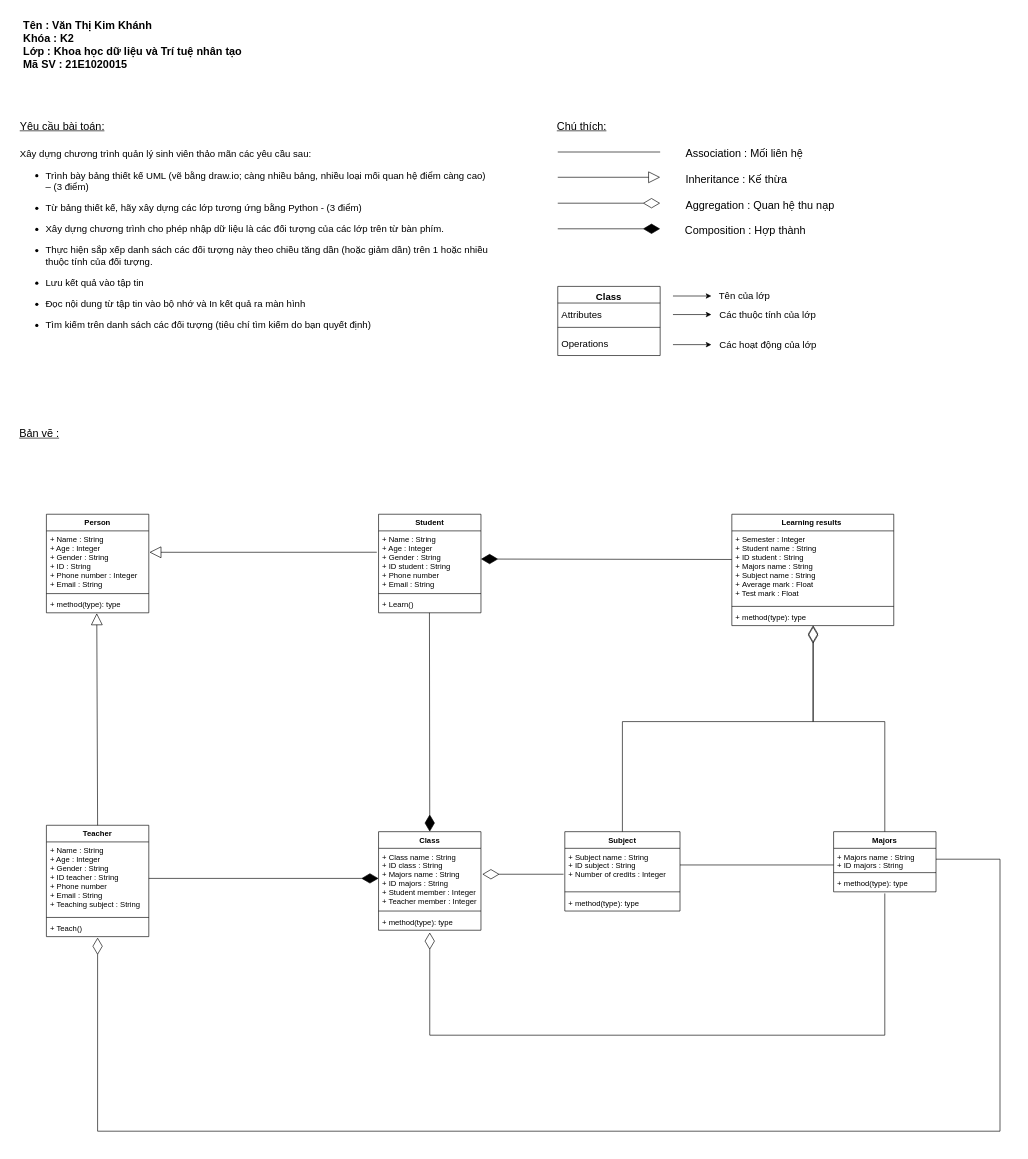
Before: Bản vẽ thiết kế UML đồ án Python.drawio in VanThiKimKhanh/Van_Thi_Kim_Khanh_K2_KHDLTTNT_NNLT_PYTHON, a draw.io diagram. Source tidied: cells renumbered, new cells numbered last; positions are measured from the earlier drawing's top-left corner, leaving out a move shared by most shapes. Both pictures are drawn from the tidied source at 64%, with x=0, y=0 at pixel (11, 11).
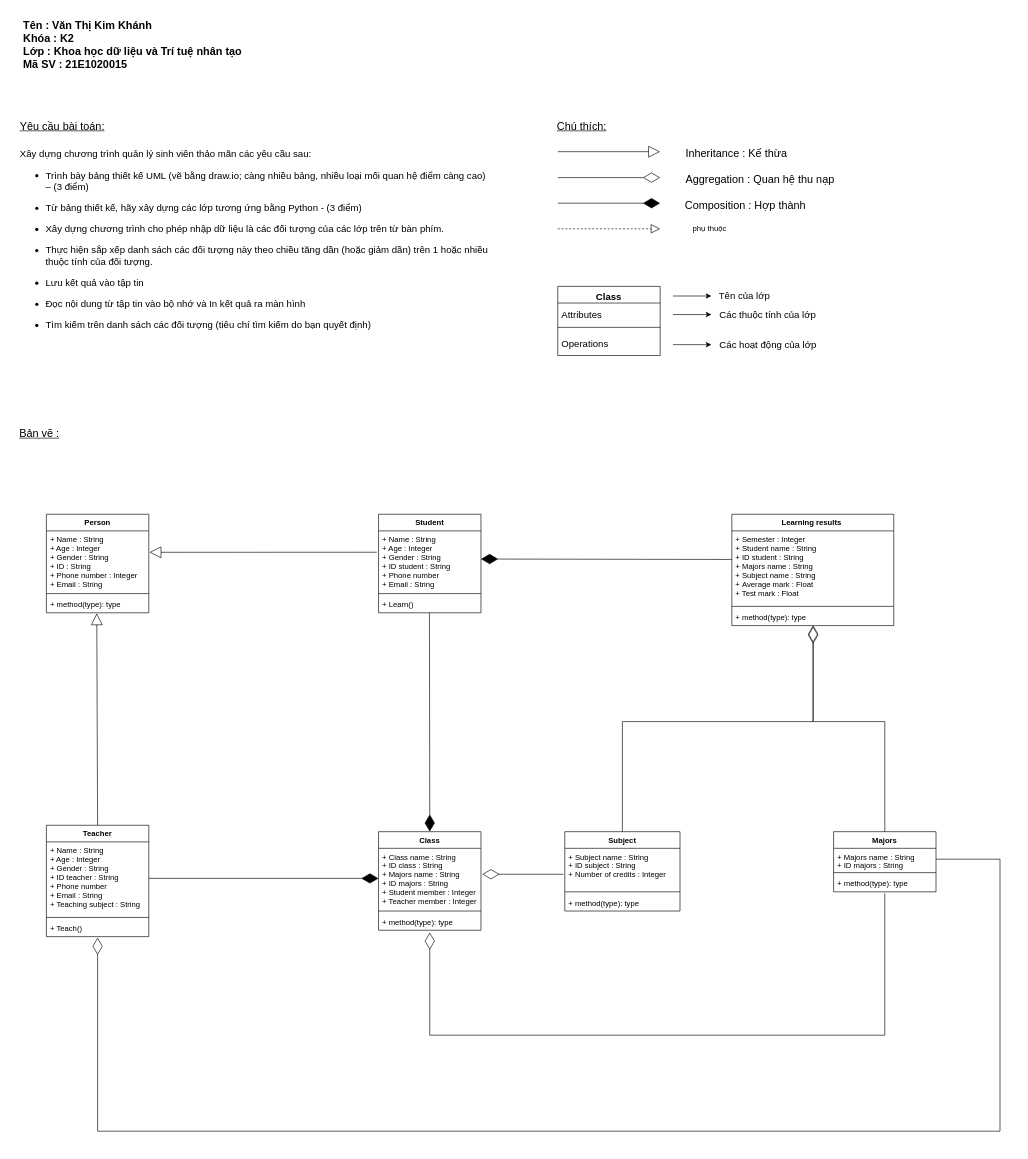
The same diagram, later.

What changed in the source:
```diff
@@
-    <mxCell id="6" style="line;strokeWidth=1;fillColor=none;align=left;verticalAlign=bottom;spacingTop=0;spacingLeft=3;spacingRight=3;labelPosition=right;fontSize=17;spacing=0;" parent="1" vertex="1">
-      <mxGeometry x="854" y="210" width="160" height="20" as="geometry" />
-    </mxCell>
-    <mxCell id="7" value="Association : Mối liên hệ" style="text;html=1;align=left;verticalAlign=bottom;strokeColor=none;fillColor=none;fontSize=17;spacing=0;" parent="1" vertex="1">
-      <mxGeometry x="1054" y="204" width="200" height="30" as="geometry" />
-    </mxCell>
     <mxCell id="8" style="endArrow=block;endSize=16;endFill=0;html=1;rounded=0;fontSize=17;" parent="1" edge="1">
       <mxGeometry x="1" y="90" relative="1" as="geometry">
-        <mxPoint x="854" y="259.5" as="sourcePoint" />
-        <mxPoint x="1014" y="259.5" as="targetPoint" />
+        <mxPoint x="854" y="219.5" as="sourcePoint" />
+        <mxPoint x="1014" y="219.5" as="targetPoint" />
         <mxPoint x="90" y="90" as="offset" />
       </mxGeometry>
     </mxCell>
     <mxCell id="9" value="Inheritance : Kế thừa" style="text;html=1;align=left;verticalAlign=bottom;strokeColor=none;fillColor=none;fontSize=17;spacing=0;spacingRight=0;spacingLeft=0;" parent="1" vertex="1">
-      <mxGeometry x="1054" y="244" width="170" height="30" as="geometry" />
+      <mxGeometry x="1054" y="204" width="170" height="30" as="geometry" />
     </mxCell>
     <mxCell id="10" style="endArrow=diamondThin;endFill=0;endSize=24;html=1;rounded=0;fontSize=17;" parent="1" edge="1">
       <mxGeometry relative="1" as="geometry">
-        <mxPoint x="854" y="300" as="sourcePoint" />
-        <mxPoint x="1014" y="300" as="targetPoint" />
+        <mxPoint x="854" y="260" as="sourcePoint" />
+        <mxPoint x="1014" y="260" as="targetPoint" />
       </mxGeometry>
     </mxCell>
     <mxCell id="11" value="Aggregation : Quan hệ thu nạp" style="text;html=1;align=left;verticalAlign=bottom;strokeColor=none;fillColor=none;fontSize=17;spacing=0;spacingTop=0;" parent="1" vertex="1">
-      <mxGeometry x="1054" y="284" width="250" height="30" as="geometry" />
+      <mxGeometry x="1054" y="244" width="250" height="30" as="geometry" />
     </mxCell>
     <mxCell id="12" style="endArrow=diamondThin;endFill=1;endSize=24;html=1;rounded=0;fontSize=17;" parent="1" edge="1">
       <mxGeometry relative="1" as="geometry">
-        <mxPoint x="854" y="340" as="sourcePoint" />
-        <mxPoint x="1014" y="340" as="targetPoint" />
+        <mxPoint x="854" y="300" as="sourcePoint" />
+        <mxPoint x="1014" y="300" as="targetPoint" />
       </mxGeometry>
     </mxCell>
     <mxCell id="13" value="Composition : Hợp thành" style="text;html=1;align=left;verticalAlign=bottom;strokeColor=none;fillColor=none;fontSize=17;spacing=0;" parent="1" vertex="1">
-      <mxGeometry x="1053" y="324" width="200" height="30" as="geometry" />
+      <mxGeometry x="1053" y="284" width="200" height="30" as="geometry" />
     </mxCell>
@@
-    <mxCell id="62" style="line;strokeWidth=1;fillColor=none;align=left;verticalAlign=middle;spacingTop=-1;spacingLeft=3;spacingRight=3;labelPosition=right;fontSize=17;" parent="1" vertex="1">
-      <mxGeometry x="1045" y="1330" width="240" height="8" as="geometry" />
-    </mxCell>
@@
+    <mxCell id="64" style="endArrow=block;dashed=1;endFill=0;endSize=12;html=1;rounded=0;" parent="1" edge="1">
+      <mxGeometry relative="1" as="geometry">
+        <mxPoint x="854" y="340" as="sourcePoint" />
+        <mxPoint x="1014" y="340" as="targetPoint" />
+      </mxGeometry>
+    </mxCell>
+    <mxCell id="65" value="phụ thuộc&lt;br&gt;" style="text;html=1;align=center;verticalAlign=middle;strokeColor=none;fillColor=none;" parent="1" vertex="1">
+      <mxGeometry x="1056" y="330" width="70" height="20" as="geometry" />
+    </mxCell>
```
